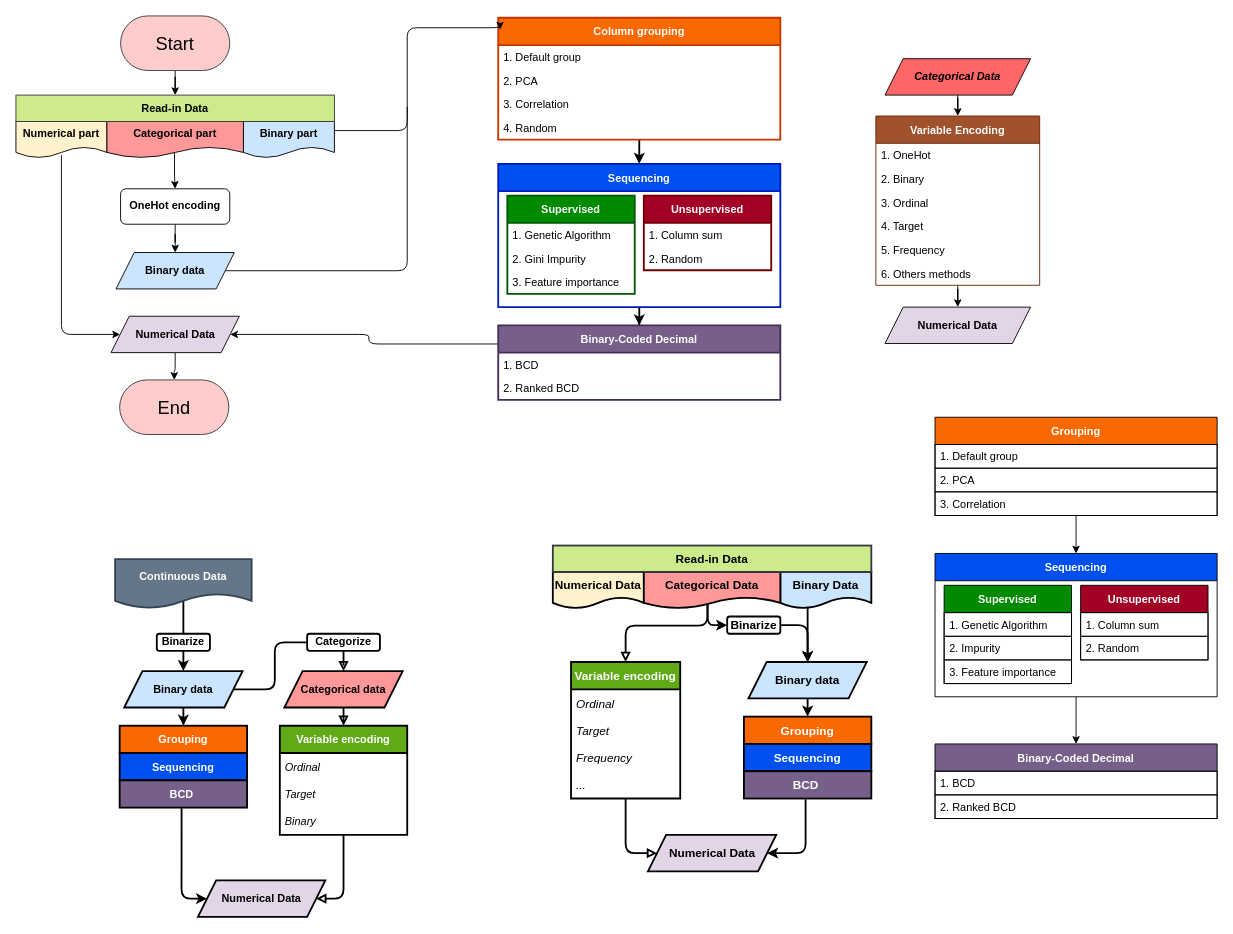
This is draw io/binary data encoding.drawio from R64825/NTUIIE-Research, a draw.io file, before an edit. Source tidied: cells renumbered, new cells numbered last; positions are measured from the earlier drawing's top-left corner, leaving out a move shared by most shapes. Both pictures are drawn from the tidied source at 91%, with x=0, y=0 at pixel (15, 15).
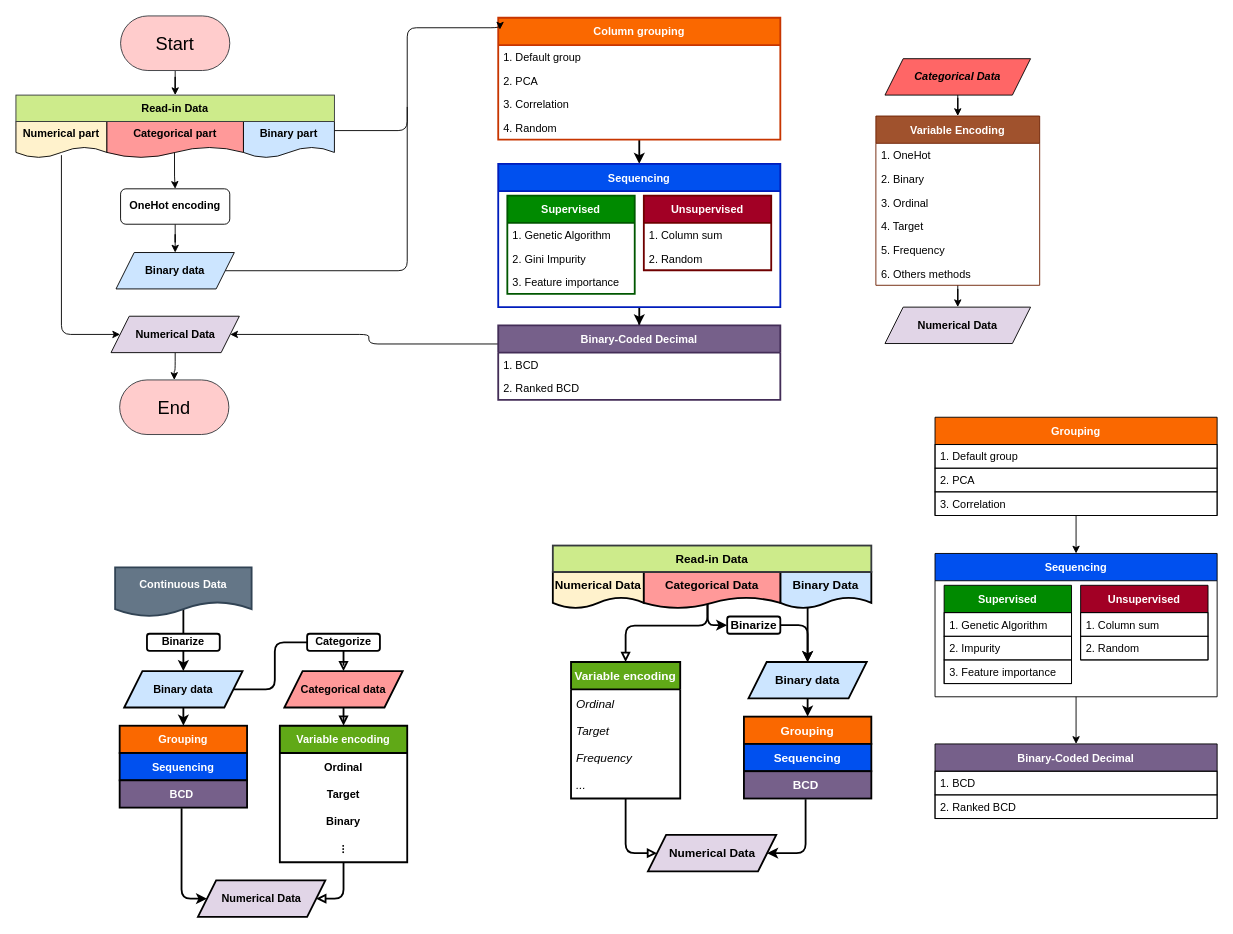
The same diagram, later.

Diff of the diagram source:
```diff
@@
     <mxCell id="49" value="&lt;b style=&quot;font-size: 12px;&quot;&gt;Continuous Data&lt;/b&gt;" style="shape=document;whiteSpace=wrap;html=1;boundedLbl=1;fontFamily=Helvetica;fontSize=12;align=center;strokeColor=#314354;fillColor=#647687;fontColor=#ffffff;strokeWidth=2;" parent="1" vertex="1">
-      <mxGeometry x="109" y="597" width="150" height="54" as="geometry" />
+      <mxGeometry x="109" y="606" width="150" height="54" as="geometry" />
     </mxCell>
@@
     <mxCell id="51" value="Binarize" style="rounded=1;whiteSpace=wrap;html=1;fontSize=12;glass=0;strokeWidth=2;shadow=0;fontStyle=1;" parent="1" vertex="1">
-      <mxGeometry x="154.8" y="678.9" width="58.4" height="18.9" as="geometry" />
+      <mxGeometry x="144" y="678.9" width="80" height="18.9" as="geometry" />
     </mxCell>
@@
     <mxCell id="63" value="Variable encoding" style="swimlane;fontStyle=1;horizontal=1;startSize=30;fillColor=#60a917;fontColor=#ffffff;strokeColor=#000000;strokeWidth=2;fontSize=12;" parent="1" vertex="1">
-      <mxGeometry x="290" y="780" width="140" height="120" as="geometry" />
+      <mxGeometry x="290" y="780" width="140" height="150" as="geometry" />
     </mxCell>
-    <mxCell id="64" value="Ordinal" style="text;strokeColor=none;fillColor=none;align=left;verticalAlign=middle;spacingLeft=4;spacingRight=4;overflow=hidden;fontColor=#000000;fontStyle=2;strokeWidth=2;fontSize=12;" parent="63" vertex="1">
+    <mxCell id="64" value="Ordinal" style="text;strokeColor=none;fillColor=none;align=center;verticalAlign=middle;spacingLeft=4;spacingRight=4;overflow=hidden;fontColor=#000000;fontStyle=1;strokeWidth=2;fontSize=12;" parent="63" vertex="1">
       <mxGeometry y="30" width="140" height="30" as="geometry" />
     </mxCell>
-    <mxCell id="65" value="Target" style="text;strokeColor=none;fillColor=none;align=left;verticalAlign=middle;spacingLeft=4;spacingRight=4;overflow=hidden;fontColor=#000000;fontStyle=2;strokeWidth=2;fontSize=12;" parent="63" vertex="1">
+    <mxCell id="65" value="Target" style="text;strokeColor=none;fillColor=none;align=center;verticalAlign=middle;spacingLeft=4;spacingRight=4;overflow=hidden;fontColor=#000000;fontStyle=1;strokeWidth=2;fontSize=12;" parent="63" vertex="1">
       <mxGeometry y="60" width="140" height="30" as="geometry" />
     </mxCell>
-    <mxCell id="66" value="Binary" style="text;strokeColor=none;fillColor=none;align=left;verticalAlign=middle;spacingLeft=4;spacingRight=4;overflow=hidden;fontColor=#000000;fontStyle=2;strokeWidth=2;fontSize=12;" parent="63" vertex="1">
+    <mxCell id="66" value="Binary" style="text;strokeColor=none;fillColor=none;align=center;verticalAlign=middle;spacingLeft=4;spacingRight=4;overflow=hidden;fontColor=#000000;fontStyle=1;strokeWidth=2;fontSize=12;" parent="63" vertex="1">
       <mxGeometry y="90" width="140" height="30" as="geometry" />
     </mxCell>
+    <mxCell id="108" value="⁝" style="text;strokeColor=none;fillColor=none;align=center;verticalAlign=middle;spacingLeft=4;spacingRight=4;overflow=hidden;fontColor=#000000;fontStyle=1;strokeWidth=2;fontSize=12;" parent="63" vertex="1">
+      <mxGeometry y="120" width="140" height="30" as="geometry" />
+    </mxCell>
```
